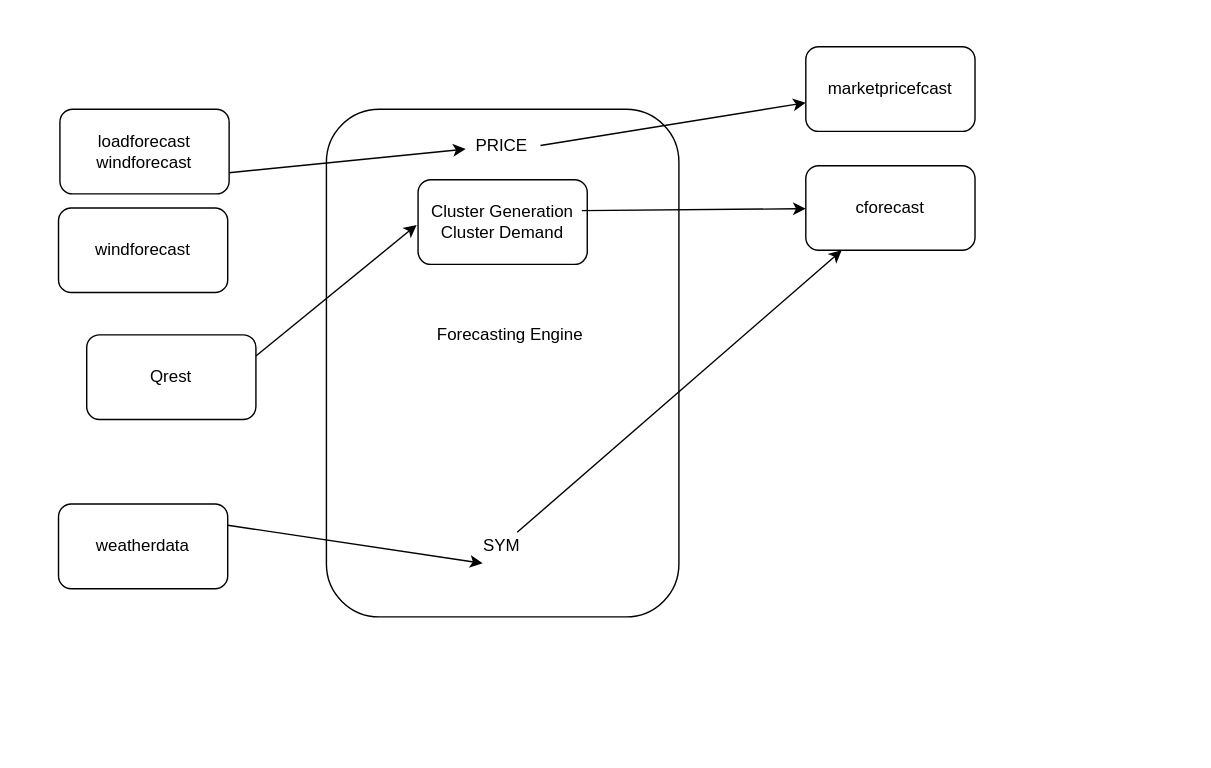
Before: forecastingengine.drawio in MorrisStranger/App_Academy, a draw.io diagram. Source tidied: cells renumbered, new cells numbered last; positions are measured from the earlier drawing's top-left corner, leaving out a move shared by most shapes. Both pictures are drawn from the tidied source at 141%, with x=0, y=0 at pixel (58, 47).
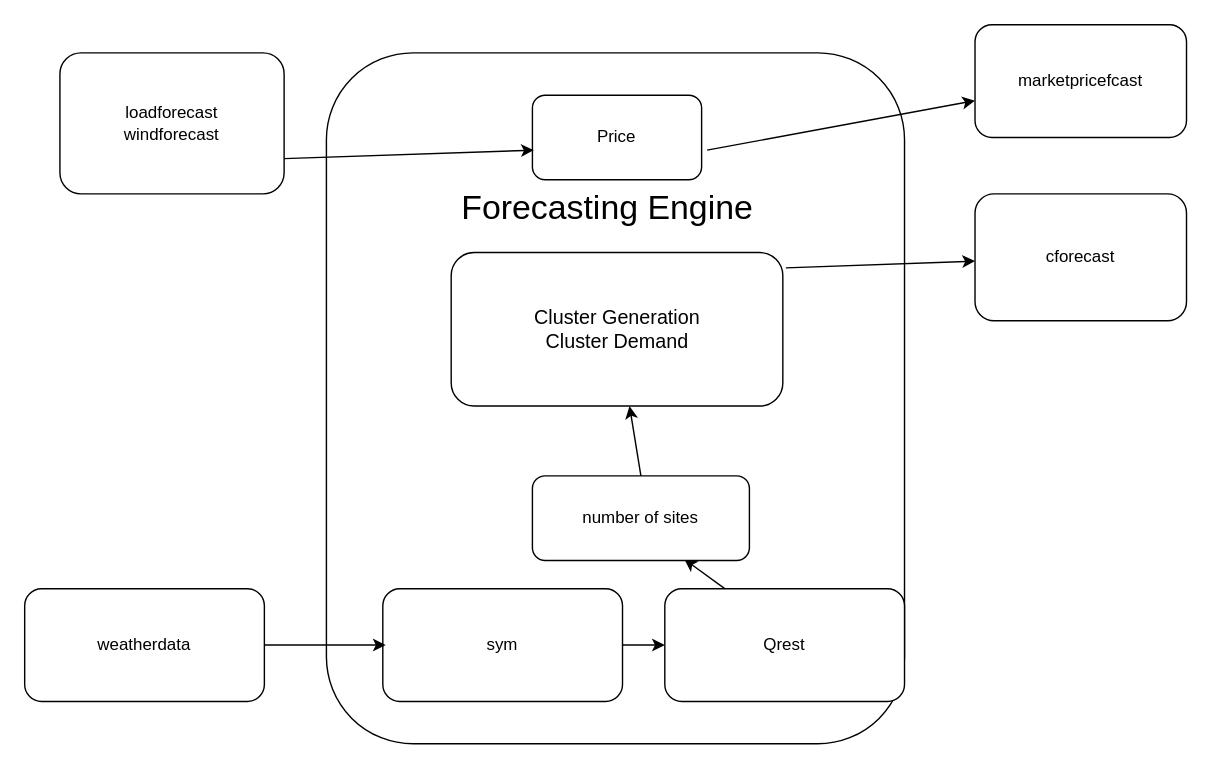
The same diagram, later.

Change to the diagram source:
```diff
@@
     <mxCell id="2" value="weatherdata" style="rounded=1;whiteSpace=wrap;html=1;" parent="1" vertex="1">
-      <mxGeometry y="324" width="120" height="60" as="geometry" />
+      <mxGeometry x="-24" y="384" width="170" height="80" as="geometry" />
     </mxCell>
     <mxCell id="3" value="loadforecast&lt;br&gt;windforecast" style="rounded=1;whiteSpace=wrap;html=1;" parent="1" vertex="1">
-      <mxGeometry x="1" y="44" width="120" height="60" as="geometry" />
+      <mxGeometry x="1" y="4" width="159" height="100" as="geometry" />
     </mxCell>
-    <mxCell id="4" value="windforecast" style="rounded=1;whiteSpace=wrap;html=1;" parent="1" vertex="1">
-      <mxGeometry y="114" width="120" height="60" as="geometry" />
-    </mxCell>
     <mxCell id="5" value="marketpricefcast" style="rounded=1;whiteSpace=wrap;html=1;" parent="1" vertex="1">
-      <mxGeometry x="530" y="-0.3" width="120" height="60" as="geometry" />
+      <mxGeometry x="650" y="-16" width="150" height="80" as="geometry" />
     </mxCell>
     <mxCell id="6" value="cforecast" style="rounded=1;whiteSpace=wrap;html=1;" parent="1" vertex="1">
-      <mxGeometry x="530" y="84" width="120" height="60" as="geometry" />
+      <mxGeometry x="650" y="104" width="150" height="90" as="geometry" />
     </mxCell>
-    <mxCell id="7" value="Qrest" style="rounded=1;whiteSpace=wrap;html=1;" parent="1" vertex="1">
-      <mxGeometry x="20" y="204" width="120" height="60" as="geometry" />
-    </mxCell>
     <mxCell id="8" style="group;" parent="1" vertex="1">
-      <mxGeometry x="190" y="44" width="250" height="360" as="geometry" />
+      <mxGeometry x="190" y="4" width="410" height="490" as="geometry" />
     </mxCell>
     <mxCell id="9" style="rounded=1;whiteSpace=wrap;html=1;direction=south;" parent="8" vertex="1">
-      <mxGeometry width="250" height="360" as="geometry" />
+      <mxGeometry width="410" height="490" as="geometry" />
     </mxCell>
-    <mxCell id="10" value="PRICE" style="text;html=1;align=center;verticalAlign=middle;points=[];fillColor=none;strokeColor=none;rounded=0;" parent="8" vertex="1">
-      <mxGeometry x="98.8" y="15.7" width="50" height="20" as="geometry" />
-    </mxCell>
-    <mxCell id="11" value="SYM" style="text;html=1;align=center;verticalAlign=middle;points=[];fillColor=none;strokeColor=none;rounded=0;" parent="8" vertex="1">
-      <mxGeometry x="103.8" y="300" width="40" height="20" as="geometry" />
-    </mxCell>
-    <mxCell id="12" value="Forecasting Engine" style="text;html=1;align=center;verticalAlign=middle;fillColor=none;strokeColor=none;rounded=0;" parent="8" vertex="1">
-      <mxGeometry x="70" y="150" width="120" height="20" as="geometry" />
+    <mxCell id="12" value="&lt;font style=&quot;font-size: 24px&quot;&gt;Forecasting Engine&lt;/font&gt;" style="text;html=1;align=center;verticalAlign=middle;fillColor=none;strokeColor=none;rounded=0;" parent="8" vertex="1">
+      <mxGeometry x="88.5" y="100" width="220" height="20" as="geometry" />
     </mxCell>
-    <mxCell id="13" value="Cluster Generation&lt;br&gt;Cluster Demand" style="rounded=1;whiteSpace=wrap;html=1;" parent="8" vertex="1">
-      <mxGeometry x="65" y="50" width="120" height="60" as="geometry" />
+    <mxCell id="13" value="&lt;font style=&quot;font-size: 14px&quot;&gt;Cluster Generation&lt;br&gt;Cluster Demand&lt;/font&gt;" style="rounded=1;whiteSpace=wrap;html=1;" parent="8" vertex="1">
+      <mxGeometry x="88.5" y="141.6" width="235.2" height="108.9" as="geometry" />
     </mxCell>
+    <mxCell id="20" value="sym" style="rounded=1;whiteSpace=wrap;html=1;" parent="8" vertex="1">
+      <mxGeometry x="40" y="380" width="170" height="80" as="geometry" />
+    </mxCell>
+    <mxCell id="7" value="Qrest" style="rounded=1;whiteSpace=wrap;html=1;" parent="8" vertex="1">
+      <mxGeometry x="240" y="380" width="170" height="80" as="geometry" />
+    </mxCell>
+    <mxCell id="17" style="endArrow=classic;html=1;entryX=0.7;entryY=0.985;entryDx=0;entryDy=0;exitX=0.25;exitY=0;exitDx=0;exitDy=0;entryPerimeter=0;" parent="8" edge="1" source="7" target="22">
+      <mxGeometry relative="1" as="geometry" />
+    </mxCell>
+    <mxCell id="21" style="endArrow=classic;html=1;" parent="8" edge="1" source="20" target="7">
+      <mxGeometry relative="1" as="geometry" />
+    </mxCell>
+    <mxCell id="22" value="number of sites" style="rounded=1;whiteSpace=wrap;html=1;" parent="8" vertex="1">
+      <mxGeometry x="146.1" y="300" width="153.9" height="60" as="geometry" />
+    </mxCell>
+    <mxCell id="23" style="endArrow=classic;html=1;exitX=0.5;exitY=0;exitDx=0;exitDy=0;" parent="8" edge="1" source="22" target="13">
+      <mxGeometry relative="1" as="geometry" />
+    </mxCell>
+    <mxCell id="24" value="Price" style="rounded=1;whiteSpace=wrap;html=1;" parent="8" vertex="1">
+      <mxGeometry x="146.1" y="30" width="120" height="60" as="geometry" />
+    </mxCell>
-    <mxCell id="14" style="endArrow=classic;html=1;exitX=1.06;exitY=0.5;exitDx=0;exitDy=0;exitPerimeter=0;" parent="1" edge="1" source="10" target="5">
-      <mxGeometry relative="1" as="geometry" />
+    <mxCell id="14" style="endArrow=classic;html=1;" parent="1" edge="1" target="5">
+      <mxGeometry relative="1" as="geometry">
+        <mxPoint x="460" y="73" as="sourcePoint" />
+      </mxGeometry>
     </mxCell>
-    <mxCell id="15" style="endArrow=classic;html=1;" parent="1" edge="1" source="11" target="6">
-      <mxGeometry relative="1" as="geometry" />
-    </mxCell>
-    <mxCell id="16" style="endArrow=classic;html=1;exitX=1;exitY=0.25;exitDx=0;exitDy=0;entryX=0.175;entryY=1.1;entryDx=0;entryDy=0;entryPerimeter=0;" parent="1" edge="1" source="2" target="11">
+    <mxCell id="16" style="endArrow=classic;html=1;exitX=1;exitY=0.5;exitDx=0;exitDy=0;entryX=0.012;entryY=0.5;entryDx=0;entryDy=0;entryPerimeter=0;" parent="1" edge="1" source="2" target="20">
       <mxGeometry relative="1" as="geometry" />
     </mxCell>
-    <mxCell id="17" style="endArrow=classic;html=1;entryX=0.218;entryY=0.97;entryDx=0;entryDy=0;entryPerimeter=0;exitX=1;exitY=0.25;exitDx=0;exitDy=0;" parent="1" edge="1" source="7">
-      <mxGeometry relative="1" as="geometry">
-        <mxPoint x="254" y="126" as="targetPoint" />
-      </mxGeometry>
-    </mxCell>
-    <mxCell id="18" style="endArrow=classic;html=1;" parent="1" edge="1" target="6">
-      <mxGeometry relative="1" as="geometry">
-        <mxPoint x="371.2" y="115.9" as="sourcePoint" />
-      </mxGeometry>
+    <mxCell id="18" style="endArrow=classic;html=1;exitX=1.009;exitY=0.1;exitDx=0;exitDy=0;exitPerimeter=0;" parent="1" edge="1" source="13" target="6">
+      <mxGeometry relative="1" as="geometry" />
     </mxCell>
-    <mxCell id="19" style="endArrow=classic;html=1;exitX=1;exitY=0.75;exitDx=0;exitDy=0;" parent="1" edge="1" source="3" target="10">
+    <mxCell id="19" style="endArrow=classic;html=1;exitX=1;exitY=0.75;exitDx=0;exitDy=0;entryX=0.008;entryY=0.65;entryDx=0;entryDy=0;entryPerimeter=0;" parent="1" edge="1" source="3" target="24">
       <mxGeometry relative="1" as="geometry" />
     </mxCell>
```
